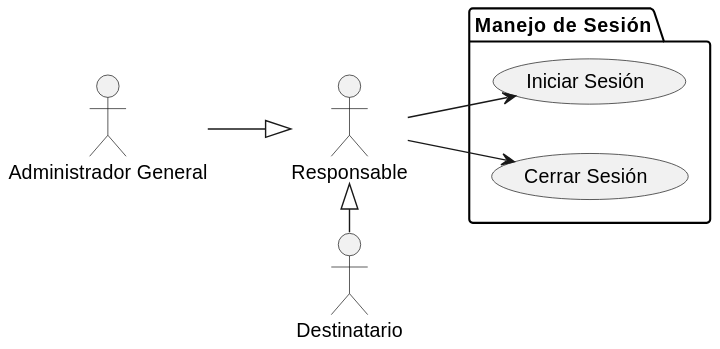
This is docs/casosDeUso/diagramaCasosDeUso/manejoSesion/manejoSesion.svg from mmasias/24-25-IdSw1-SDR, a PlantUML export, as it was before one commit. Its diagram source:
```plantuml
@startuml
left to right direction
actor "Administrador General" as AdminGeneral
actor "Responsable" as Responsable
actor "Destinatario" as Destinatario

package "Manejo de Sesión" {
    usecase "Iniciar Sesión" as MS1
    usecase "Cerrar Sesión" as MS2
}

AdminGeneral --|> Responsable
Responsable <|- Destinatario
Responsable --> MS1
Responsable --> MS2
@enduml
```
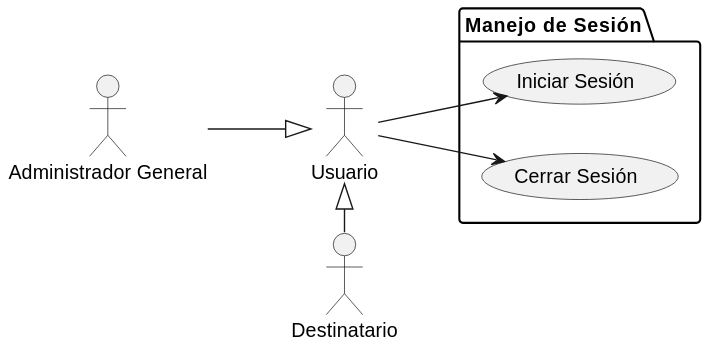
Later version of the same file.

Commit message:
FIX/ cambiar responsable a usuario

Diff of the diagram source:
```diff
@@ -1,7 +1,7 @@
 @startuml
 left to right direction
 actor "Administrador General" as AdminGeneral
-actor "Responsable" as Responsable
+actor "Usuario" as Usuario
 actor "Destinatario" as Destinatario
 
 package "Manejo de Sesión" {
@@ -9,8 +9,8 @@
     usecase "Cerrar Sesión" as MS2
 }
 
-AdminGeneral --|> Responsable
-Responsable <|- Destinatario
-Responsable --> MS1
-Responsable --> MS2
+AdminGeneral --|> Usuario
+Usuario <|- Destinatario
+Usuario --> MS1
+Usuario --> MS2
 @enduml
```
